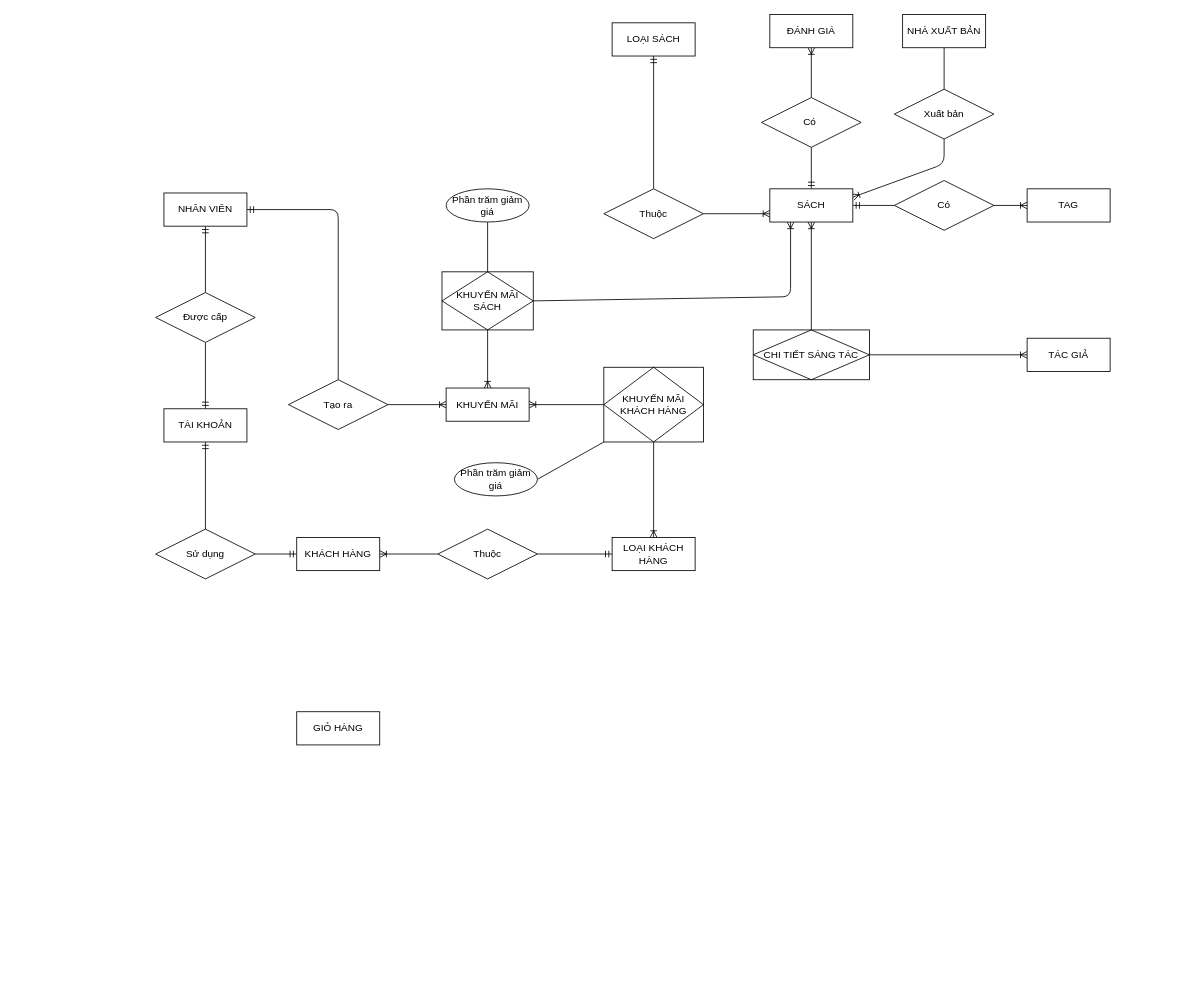
The draw.io diagram design/ERD.drawio in powdevlin12/Sell_Book_Online_BE_NestJS, before the edit. Source tidied: cells renumbered, new cells numbered last; positions are measured from the earlier drawing's top-left corner, leaving out a move shared by most shapes. Both pictures are drawn from the tidied source at 83%, with x=0, y=0 at pixel (155, 14).
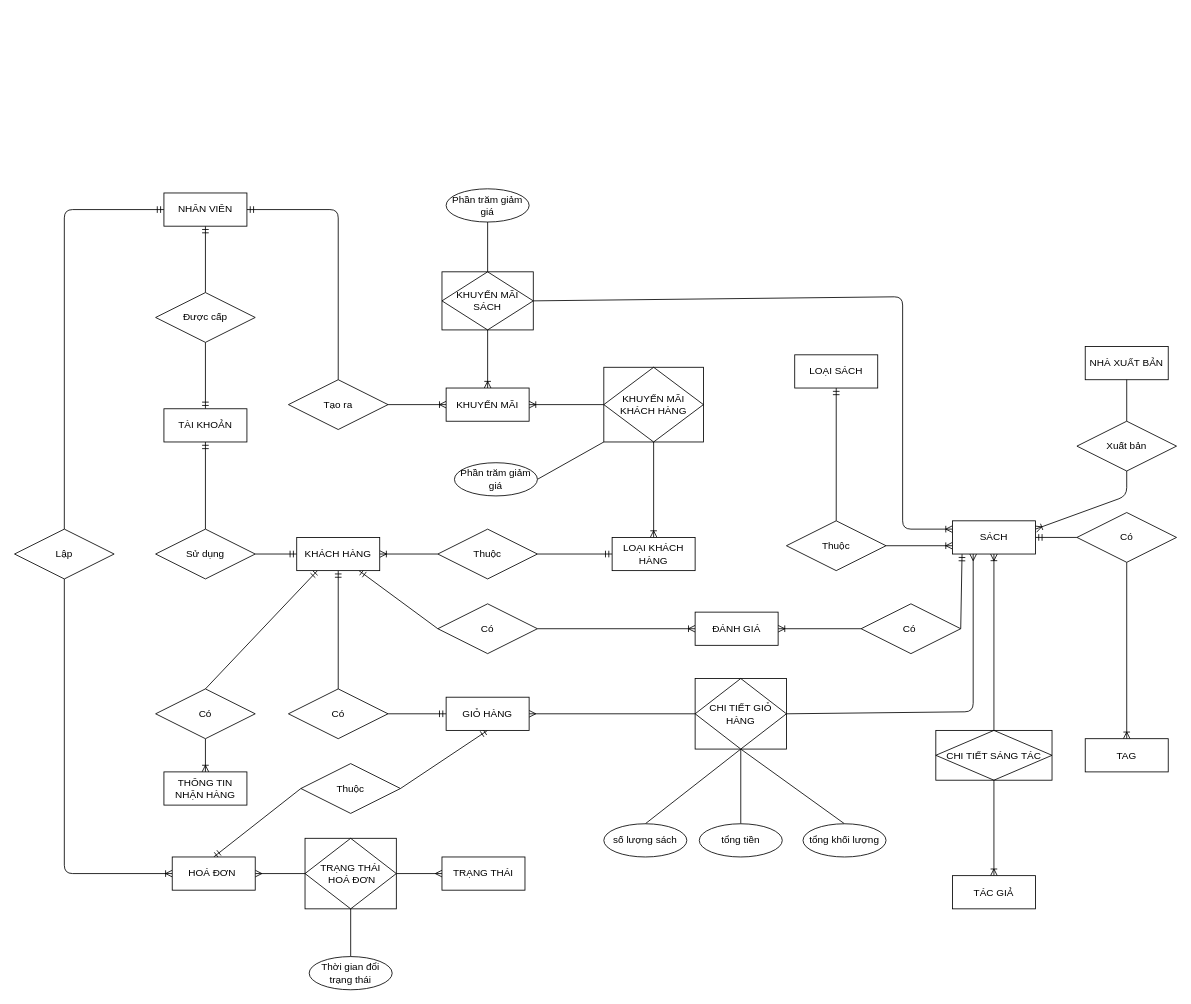
The same diagram, later.

Commit message (it also covers changes not shown here):
update erd and database

Unchanged cells that the change refers to:
```xml
<mxCell id="7" value="NHÂN VIÊN" style="rounded=0;arcSize=10;whiteSpace=wrap;html=1;align=center;" parent="1" vertex="1">
  <mxGeometry x="10" y="215" width="100" height="40" as="geometry" />
</mxCell>
<mxCell id="10" value="KHÁCH HÀNG" style="whiteSpace=wrap;html=1;align=center;rounded=0;" parent="1" vertex="1">
  <mxGeometry x="170" y="630" width="100" height="40" as="geometry" />
</mxCell>
<mxCell id="44" value="KHUYẾN MÃI SÁCH" style="shape=associativeEntity;whiteSpace=wrap;html=1;align=center;rounded=0;sketch=0;" parent="1" vertex="1">
  <mxGeometry x="345" y="310" width="110" height="70" as="geometry" />
</mxCell>
```

Change to the diagram source:
```diff
@@
-<mxGraphModel>
+<mxGraphModel background="#FFFFFF">
@@
+    <mxCell id="51" style="edgeStyle=none;html=1;exitX=0;exitY=0.5;exitDx=0;exitDy=0;entryX=0.5;entryY=0;entryDx=0;entryDy=0;startArrow=ERmandOne;startFill=0;endArrow=none;endFill=0;" parent="1" edge="1" source="7" target="76">
+      <mxGeometry relative="1" as="geometry">
+        <Array as="points">
+          <mxPoint x="-110" y="235" />
+        </Array>
+      </mxGeometry>
+    </mxCell>
@@
+    <mxCell id="52" style="edgeStyle=none;html=1;exitX=0.5;exitY=1;exitDx=0;exitDy=0;entryX=0.5;entryY=0;entryDx=0;entryDy=0;endArrow=none;endFill=0;startArrow=ERmandOne;startFill=0;" parent="1" edge="1" source="10" target="60">
+      <mxGeometry relative="1" as="geometry" />
+    </mxCell>
+    <mxCell id="53" style="edgeStyle=none;html=1;exitX=0.25;exitY=1;exitDx=0;exitDy=0;entryX=0.5;entryY=0;entryDx=0;entryDy=0;startArrow=ERmandOne;startFill=0;endArrow=none;endFill=0;" parent="1" edge="1" source="10" target="81">
+      <mxGeometry relative="1" as="geometry" />
+    </mxCell>
+    <mxCell id="54" style="edgeStyle=none;html=1;exitX=0.75;exitY=1;exitDx=0;exitDy=0;entryX=0;entryY=0.5;entryDx=0;entryDy=0;startArrow=ERmandOne;startFill=0;endArrow=none;endFill=0;" parent="1" edge="1" source="10" target="82">
+      <mxGeometry relative="1" as="geometry" />
+    </mxCell>
@@
     <mxCell id="19" style="edgeStyle=none;html=1;exitX=1;exitY=0.25;exitDx=0;exitDy=0;entryX=0.5;entryY=1;entryDx=0;entryDy=0;startArrow=ERoneToMany;startFill=0;endArrow=none;endFill=0;" parent="1" edge="1" source="23" target="36">
       <mxGeometry relative="1" as="geometry">
         <Array as="points">
-          <mxPoint x="950" y="180" />
+          <mxPoint x="1170" y="580" />
         </Array>
       </mxGeometry>
     </mxCell>
@@
-    <mxCell id="21" style="edgeStyle=none;html=1;exitX=0.5;exitY=0;exitDx=0;exitDy=0;entryX=0.5;entryY=1;entryDx=0;entryDy=0;startArrow=ERmandOne;startFill=0;endArrow=none;endFill=0;" parent="1" edge="1" source="23" target="38">
+    <mxCell id="21" style="edgeStyle=none;html=1;exitX=0.116;exitY=1.004;exitDx=0;exitDy=0;entryX=1;entryY=0.5;entryDx=0;entryDy=0;startArrow=ERmandOne;startFill=0;endArrow=none;endFill=0;exitPerimeter=0;" parent="1" edge="1" source="23" target="38">
       <mxGeometry relative="1" as="geometry" />
     </mxCell>
-    <mxCell id="22" style="edgeStyle=none;html=1;exitX=0.25;exitY=1;exitDx=0;exitDy=0;entryX=1;entryY=0.5;entryDx=0;entryDy=0;startArrow=ERoneToMany;startFill=0;endArrow=none;endFill=0;" parent="1" edge="1" source="23" target="44">
+    <mxCell id="22" style="edgeStyle=none;html=1;exitX=0;exitY=0.25;exitDx=0;exitDy=0;entryX=1;entryY=0.5;entryDx=0;entryDy=0;startArrow=ERoneToMany;startFill=0;endArrow=none;endFill=0;" parent="1" edge="1" source="23" target="44">
       <mxGeometry relative="1" as="geometry">
         <Array as="points">
-          <mxPoint x="765" y="340" />
+          <mxPoint x="900" y="620" />
+          <mxPoint x="900" y="340" />
         </Array>
       </mxGeometry>
     </mxCell>
+    <mxCell id="55" style="edgeStyle=none;html=1;exitX=0.25;exitY=1;exitDx=0;exitDy=0;entryX=1;entryY=0.5;entryDx=0;entryDy=0;startArrow=ERmany;startFill=0;endArrow=none;endFill=0;" parent="1" edge="1" source="23" target="64">
+      <mxGeometry relative="1" as="geometry">
+        <Array as="points">
+          <mxPoint x="985" y="840" />
+        </Array>
+      </mxGeometry>
+    </mxCell>
     <mxCell id="23" value="SÁCH" style="whiteSpace=wrap;html=1;align=center;rounded=0;" parent="1" vertex="1">
-      <mxGeometry x="740" y="210" width="100" height="40" as="geometry" />
+      <mxGeometry x="960" y="610" width="100" height="40" as="geometry" />
     </mxCell>
-    <mxCell id="24" style="edgeStyle=none;html=1;exitX=0;exitY=0.5;exitDx=0;exitDy=0;entryX=1;entryY=0.5;entryDx=0;entryDy=0;startArrow=ERoneToMany;startFill=0;endArrow=none;endFill=0;" parent="1" edge="1" source="25" target="37">
+    <mxCell id="24" style="edgeStyle=none;html=1;entryX=0.5;entryY=1;entryDx=0;entryDy=0;startArrow=ERoneToMany;startFill=0;endArrow=none;endFill=0;" parent="1" edge="1" source="25" target="37">
       <mxGeometry relative="1" as="geometry" />
     </mxCell>
     <mxCell id="25" value="TÁC GIẢ" style="whiteSpace=wrap;html=1;align=center;rounded=0;" parent="1" vertex="1">
-      <mxGeometry x="1050" y="390" width="100" height="40" as="geometry" />
+      <mxGeometry x="960" y="1037.5" width="100" height="40" as="geometry" />
     </mxCell>
-    <mxCell id="26" style="edgeStyle=none;html=1;exitX=0.5;exitY=1;exitDx=0;exitDy=0;entryX=0.5;entryY=0;entryDx=0;entryDy=0;startArrow=ERoneToMany;startFill=0;endArrow=none;endFill=0;" parent="1" edge="1" source="27" target="38">
+    <mxCell id="26" style="edgeStyle=none;html=1;exitX=1;exitY=0.5;exitDx=0;exitDy=0;entryX=0;entryY=0.5;entryDx=0;entryDy=0;startArrow=ERoneToMany;startFill=0;endArrow=none;endFill=0;" parent="1" edge="1" source="27" target="38">
       <mxGeometry relative="1" as="geometry" />
     </mxCell>
+    <mxCell id="56" style="edgeStyle=none;html=1;exitX=0;exitY=0.5;exitDx=0;exitDy=0;entryX=1;entryY=0.5;entryDx=0;entryDy=0;startArrow=ERoneToMany;startFill=0;endArrow=none;endFill=0;" parent="1" edge="1" source="27" target="82">
+      <mxGeometry relative="1" as="geometry" />
+    </mxCell>
     <mxCell id="27" value="ĐÁNH GIÁ" style="whiteSpace=wrap;html=1;align=center;rounded=0;" parent="1" vertex="1">
-      <mxGeometry x="740" width="100" height="40" as="geometry" />
+      <mxGeometry x="650" y="720" width="100" height="40" as="geometry" />
     </mxCell>
@@
     <mxCell id="29" value="LOẠI SÁCH" style="whiteSpace=wrap;html=1;align=center;rounded=0;" parent="1" vertex="1">
-      <mxGeometry x="550" y="10" width="100" height="40" as="geometry" />
+      <mxGeometry x="770" y="410" width="100" height="40" as="geometry" />
     </mxCell>
     <mxCell id="30" style="edgeStyle=none;html=1;entryX=0.5;entryY=0;entryDx=0;entryDy=0;startArrow=ERmandOne;startFill=0;endArrow=none;endFill=0;" parent="1" edge="1" target="36">
       <mxGeometry relative="1" as="geometry">
-        <mxPoint x="950" y="30" as="sourcePoint" />
+        <mxPoint x="1170" y="430" as="sourcePoint" />
       </mxGeometry>
     </mxCell>
     <mxCell id="31" value="NHÀ XUẤT BẢN" style="whiteSpace=wrap;html=1;align=center;rounded=0;" parent="1" vertex="1">
-      <mxGeometry x="900" width="100" height="40" as="geometry" />
+      <mxGeometry x="1120" y="400" width="100" height="40" as="geometry" />
     </mxCell>
-    <mxCell id="32" style="edgeStyle=none;html=1;exitX=0;exitY=0.5;exitDx=0;exitDy=0;entryX=1;entryY=0.5;entryDx=0;entryDy=0;startArrow=ERoneToMany;startFill=0;endArrow=none;endFill=0;" parent="1" edge="1" source="33" target="35">
+    <mxCell id="32" style="edgeStyle=none;html=1;exitX=0.5;exitY=0;exitDx=0;exitDy=0;entryX=0.5;entryY=1;entryDx=0;entryDy=0;startArrow=ERoneToMany;startFill=0;endArrow=none;endFill=0;" parent="1" edge="1" source="33" target="35">
       <mxGeometry relative="1" as="geometry" />
     </mxCell>
     <mxCell id="33" value="TAG" style="whiteSpace=wrap;html=1;align=center;rounded=0;" parent="1" vertex="1">
-      <mxGeometry x="1050" y="210" width="100" height="40" as="geometry" />
+      <mxGeometry x="1120" y="872.5" width="100" height="40" as="geometry" />
     </mxCell>
     <mxCell id="34" value="Thuộc" style="shape=rhombus;perimeter=rhombusPerimeter;whiteSpace=wrap;html=1;align=center;rounded=0;" parent="1" vertex="1">
-      <mxGeometry x="540" y="210" width="120" height="60" as="geometry" />
+      <mxGeometry x="760" y="610" width="120" height="60" as="geometry" />
     </mxCell>
     <mxCell id="35" value="Có" style="shape=rhombus;perimeter=rhombusPerimeter;whiteSpace=wrap;html=1;align=center;rounded=0;" parent="1" vertex="1">
-      <mxGeometry x="890" y="200" width="120" height="60" as="geometry" />
+      <mxGeometry x="1110" y="600" width="120" height="60" as="geometry" />
     </mxCell>
     <mxCell id="36" value="Xuất bản" style="shape=rhombus;perimeter=rhombusPerimeter;whiteSpace=wrap;html=1;align=center;rounded=0;" parent="1" vertex="1">
-      <mxGeometry x="890" y="90" width="120" height="60" as="geometry" />
+      <mxGeometry x="1110" y="490" width="120" height="60" as="geometry" />
     </mxCell>
     <mxCell id="37" value="CHI TIẾT SÁNG TÁC" style="shape=associativeEntity;whiteSpace=wrap;html=1;align=center;rounded=0;sketch=0;" parent="1" vertex="1">
-      <mxGeometry x="720" y="380" width="140" height="60" as="geometry" />
+      <mxGeometry x="940" y="862.5" width="140" height="60" as="geometry" />
     </mxCell>
     <mxCell id="38" value="Có&amp;nbsp;" style="shape=rhombus;perimeter=rhombusPerimeter;whiteSpace=wrap;html=1;align=center;rounded=0;" parent="1" vertex="1">
-      <mxGeometry x="730" y="100" width="120" height="60" as="geometry" />
+      <mxGeometry x="850" y="710" width="120" height="60" as="geometry" />
     </mxCell>
@@
+    <mxCell id="57" style="edgeStyle=none;html=1;exitX=0;exitY=0.5;exitDx=0;exitDy=0;entryX=1;entryY=0.5;entryDx=0;entryDy=0;startArrow=ERmandOne;startFill=0;endArrow=none;endFill=0;" parent="1" edge="1" source="50" target="60">
+      <mxGeometry relative="1" as="geometry" />
+    </mxCell>
+    <mxCell id="58" style="edgeStyle=none;html=1;exitX=1;exitY=0.5;exitDx=0;exitDy=0;entryX=0;entryY=0.5;entryDx=0;entryDy=0;startArrow=ERmany;startFill=0;endArrow=none;endFill=0;" parent="1" edge="1" source="50" target="64">
+      <mxGeometry relative="1" as="geometry" />
+    </mxCell>
+    <mxCell id="59" style="edgeStyle=none;html=1;exitX=0.5;exitY=1;exitDx=0;exitDy=0;entryX=1;entryY=0.5;entryDx=0;entryDy=0;startArrow=ERmandOne;startFill=0;endArrow=none;endFill=0;" parent="1" edge="1" source="50" target="75">
+      <mxGeometry relative="1" as="geometry" />
+    </mxCell>
     <mxCell id="50" value="GIỎ HÀNG" style="rounded=0;arcSize=10;whiteSpace=wrap;html=1;align=center;" parent="1" vertex="1">
-      <mxGeometry x="170" y="840" width="100" height="40" as="geometry" />
+      <mxGeometry x="350" y="822.5" width="100" height="40" as="geometry" />
     </mxCell>
+    <mxCell id="60" value="Có" style="shape=rhombus;perimeter=rhombusPerimeter;whiteSpace=wrap;html=1;align=center;rounded=0;sketch=0;" parent="1" vertex="1">
+      <mxGeometry x="160" y="812.5" width="120" height="60" as="geometry" />
+    </mxCell>
+    <mxCell id="61" style="edgeStyle=none;html=1;exitX=0.5;exitY=1;exitDx=0;exitDy=0;entryX=0.5;entryY=0;entryDx=0;entryDy=0;startArrow=none;startFill=0;endArrow=none;endFill=0;" parent="1" edge="1" source="64" target="77">
+      <mxGeometry relative="1" as="geometry" />
+    </mxCell>
+    <mxCell id="62" style="edgeStyle=none;html=1;exitX=0.5;exitY=1;exitDx=0;exitDy=0;entryX=0.5;entryY=0;entryDx=0;entryDy=0;startArrow=none;startFill=0;endArrow=none;endFill=0;" parent="1" edge="1" source="64" target="78">
+      <mxGeometry relative="1" as="geometry" />
+    </mxCell>
+    <mxCell id="63" style="edgeStyle=none;html=1;exitX=0.5;exitY=1;exitDx=0;exitDy=0;entryX=0.5;entryY=0;entryDx=0;entryDy=0;startArrow=none;startFill=0;endArrow=none;endFill=0;" parent="1" edge="1" source="64" target="65">
+      <mxGeometry relative="1" as="geometry" />
+    </mxCell>
+    <mxCell id="64" value="CHI TIẾT GIỎ HÀNG" style="shape=associativeEntity;whiteSpace=wrap;html=1;align=center;rounded=0;sketch=0;" parent="1" vertex="1">
+      <mxGeometry x="650" y="800" width="110" height="85" as="geometry" />
+    </mxCell>
+    <mxCell id="65" value="số lượng sách" style="ellipse;whiteSpace=wrap;html=1;align=center;rounded=0;sketch=0;" parent="1" vertex="1">
+      <mxGeometry x="540" y="975" width="100" height="40" as="geometry" />
+    </mxCell>
+    <mxCell id="66" style="edgeStyle=none;html=1;exitX=1;exitY=0.5;exitDx=0;exitDy=0;entryX=0;entryY=0.5;entryDx=0;entryDy=0;startArrow=ERmany;startFill=0;endArrow=none;endFill=0;" parent="1" edge="1" source="69" target="73">
+      <mxGeometry relative="1" as="geometry" />
+    </mxCell>
+    <mxCell id="67" style="edgeStyle=none;html=1;exitX=0.5;exitY=0;exitDx=0;exitDy=0;entryX=0;entryY=0.5;entryDx=0;entryDy=0;startArrow=ERmandOne;startFill=0;endArrow=none;endFill=0;" parent="1" edge="1" source="69" target="75">
+      <mxGeometry relative="1" as="geometry" />
+    </mxCell>
+    <mxCell id="68" style="edgeStyle=none;html=1;exitX=0;exitY=0.5;exitDx=0;exitDy=0;entryX=0.5;entryY=1;entryDx=0;entryDy=0;startArrow=ERoneToMany;startFill=0;endArrow=none;endFill=0;" parent="1" edge="1" source="69" target="76">
+      <mxGeometry relative="1" as="geometry">
+        <Array as="points">
+          <mxPoint x="-110" y="1035" />
+        </Array>
+      </mxGeometry>
+    </mxCell>
+    <mxCell id="69" value="HOÁ ĐƠN&amp;nbsp;" style="whiteSpace=wrap;html=1;align=center;rounded=0;" parent="1" vertex="1">
+      <mxGeometry x="20" y="1015" width="100" height="40" as="geometry" />
+    </mxCell>
+    <mxCell id="70" style="edgeStyle=none;html=1;exitX=0;exitY=0.5;exitDx=0;exitDy=0;entryX=1;entryY=0.5;entryDx=0;entryDy=0;startArrow=ERmany;startFill=0;endArrow=none;endFill=0;" parent="1" edge="1" source="71" target="73">
+      <mxGeometry relative="1" as="geometry" />
+    </mxCell>
+    <mxCell id="71" value="TRẠNG THÁI" style="whiteSpace=wrap;html=1;align=center;rounded=0;" parent="1" vertex="1">
+      <mxGeometry x="345" y="1015" width="100" height="40" as="geometry" />
+    </mxCell>
+    <mxCell id="72" style="edgeStyle=none;html=1;exitX=0.5;exitY=1;exitDx=0;exitDy=0;entryX=0.5;entryY=0;entryDx=0;entryDy=0;startArrow=none;startFill=0;endArrow=none;endFill=0;" parent="1" edge="1" source="73" target="74">
+      <mxGeometry relative="1" as="geometry" />
+    </mxCell>
+    <mxCell id="73" value="TRẠNG THÁI&lt;br&gt;&amp;nbsp;HOÁ ĐƠN" style="shape=associativeEntity;whiteSpace=wrap;html=1;align=center;rounded=0;sketch=0;" parent="1" vertex="1">
+      <mxGeometry x="180" y="992.5" width="110" height="85" as="geometry" />
+    </mxCell>
+    <mxCell id="74" value="Thời gian đổi trạng thái" style="ellipse;whiteSpace=wrap;html=1;align=center;rounded=0;sketch=0;" parent="1" vertex="1">
+      <mxGeometry x="185" y="1135" width="100" height="40" as="geometry" />
+    </mxCell>
+    <mxCell id="75" value="Thuộc" style="shape=rhombus;perimeter=rhombusPerimeter;whiteSpace=wrap;html=1;align=center;rounded=0;sketch=0;" parent="1" vertex="1">
+      <mxGeometry x="175" y="902.5" width="120" height="60" as="geometry" />
+    </mxCell>
+    <mxCell id="76" value="Lập" style="shape=rhombus;perimeter=rhombusPerimeter;whiteSpace=wrap;html=1;align=center;rounded=0;" parent="1" vertex="1">
+      <mxGeometry x="-170" y="620" width="120" height="60" as="geometry" />
+    </mxCell>
+    <mxCell id="77" value="tổng tiền" style="ellipse;whiteSpace=wrap;html=1;align=center;rounded=0;sketch=0;" parent="1" vertex="1">
+      <mxGeometry x="655" y="975" width="100" height="40" as="geometry" />
+    </mxCell>
+    <mxCell id="78" value="tổng khối lượng" style="ellipse;whiteSpace=wrap;html=1;align=center;rounded=0;sketch=0;" parent="1" vertex="1">
+      <mxGeometry x="780" y="975" width="100" height="40" as="geometry" />
+    </mxCell>
+    <mxCell id="79" style="edgeStyle=none;html=1;exitX=0.5;exitY=0;exitDx=0;exitDy=0;entryX=0.5;entryY=1;entryDx=0;entryDy=0;startArrow=ERoneToMany;startFill=0;endArrow=none;endFill=0;" parent="1" edge="1" source="80" target="81">
+      <mxGeometry relative="1" as="geometry" />
+    </mxCell>
+    <mxCell id="80" value="THÔNG TIN&lt;br&gt;NHẬN HÀNG" style="whiteSpace=wrap;html=1;align=center;rounded=0;" parent="1" vertex="1">
+      <mxGeometry x="10" y="912.5" width="100" height="40" as="geometry" />
+    </mxCell>
+    <mxCell id="81" value="Có" style="shape=rhombus;perimeter=rhombusPerimeter;whiteSpace=wrap;html=1;align=center;rounded=0;sketch=0;" parent="1" vertex="1">
+      <mxGeometry y="812.5" width="120" height="60" as="geometry" />
+    </mxCell>
+    <mxCell id="82" value="Có" style="shape=rhombus;perimeter=rhombusPerimeter;whiteSpace=wrap;html=1;align=center;rounded=0;sketch=0;" parent="1" vertex="1">
+      <mxGeometry x="340" y="710" width="120" height="60" as="geometry" />
+    </mxCell>
```
